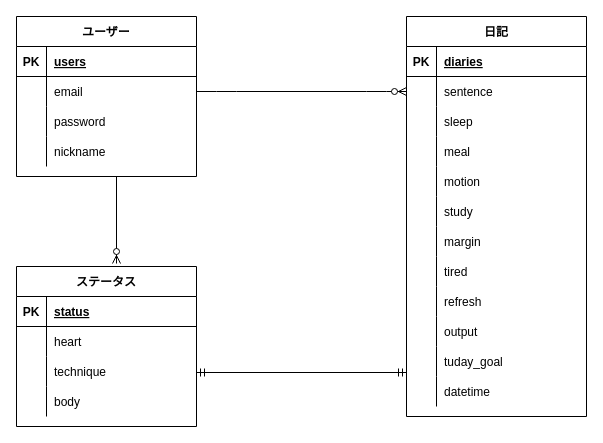
Before: ER.dio in MiyaMasaomi/htbcheker, a draw.io diagram. Source tidied: cells renumbered, new cells numbered last; positions are measured from the earlier drawing's top-left corner, leaving out a move shared by most shapes. Both pictures are drawn from the tidied source at 100%, with x=0, y=0 at pixel (16, 16).
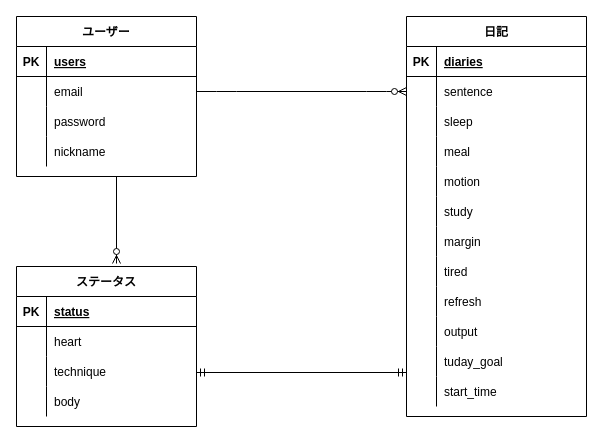
The same page after the edit.

Unchanged cells that the change refers to:
```xml
<mxCell id="49" style="shape=partialRectangle;fillColor=none;top=0;left=0;bottom=0;right=0;" parent="15" vertex="1">
  <mxGeometry y="360" width="180" height="30" as="geometry" />
</mxCell>
```

The edit, as a diff of the source:
```diff
@@
-    <mxCell id="51" value="datetime" style="shape=partialRectangle;fillColor=none;top=0;left=0;bottom=0;right=0;align=left;spacingLeft=6;overflow=hidden;" parent="49" vertex="1">
+    <mxCell id="51" value="start_time" style="shape=partialRectangle;fillColor=none;top=0;left=0;bottom=0;right=0;align=left;spacingLeft=6;overflow=hidden;" parent="49" vertex="1">
       <mxGeometry x="30" width="150" height="30" as="geometry" />
     </mxCell>
```
